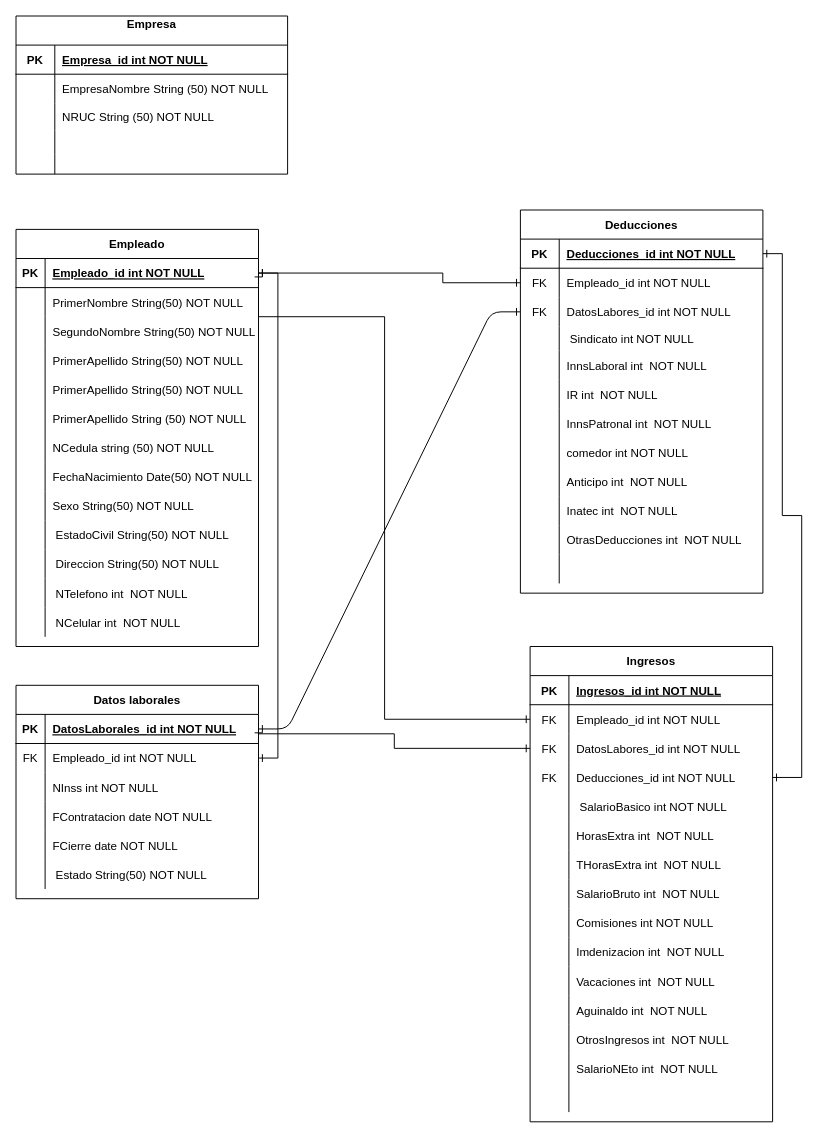
Above: Diagrama sin título.drawio in Marlon-urtecho/BDEtityFramework (draw.io), before the change. Source tidied: cells renumbered, new cells numbered last; positions are measured from the earlier drawing's top-left corner, leaving out a move shared by most shapes. Both pictures are drawn from the tidied source at 97%, with x=0, y=0 at pixel (16, 16).
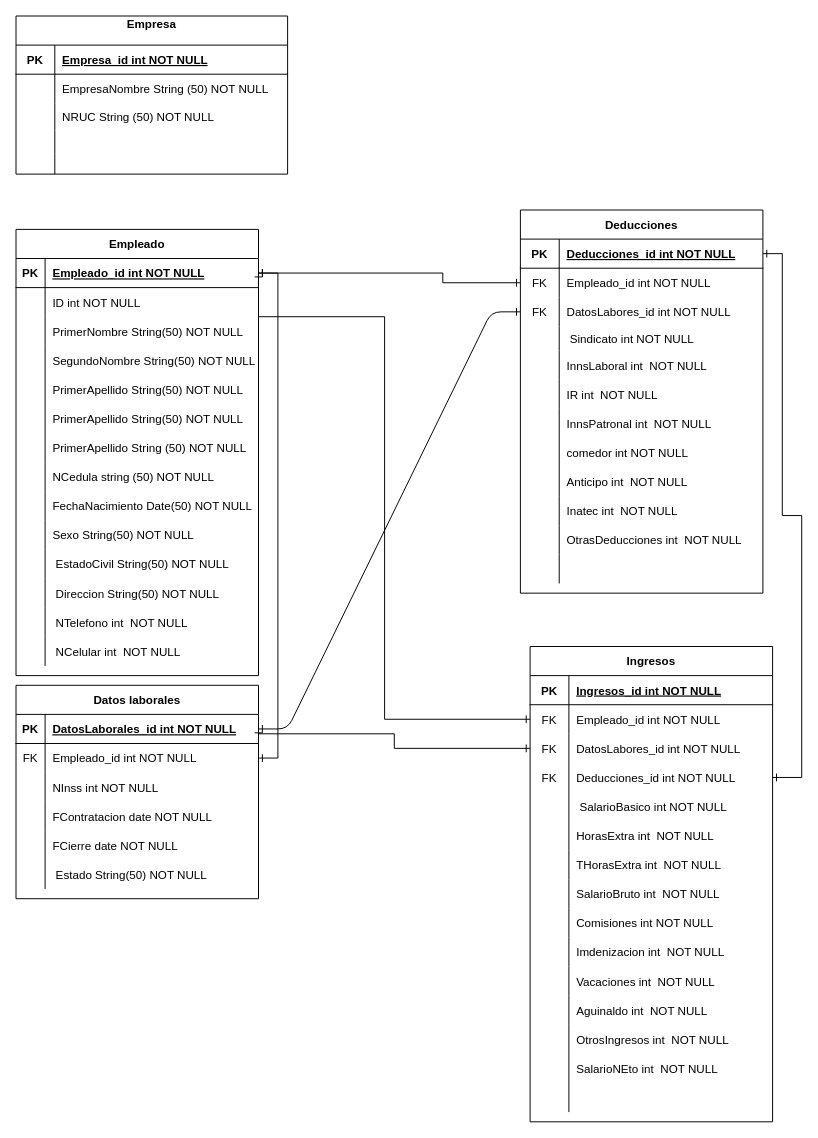
The same page after the edit.

The change refers to these unchanged cells:
```xml
<mxCell id="7" style="shape=partialRectangle;fillColor=none;top=0;left=0;right=0;bottom=0;" parent="3" vertex="1">
  <mxGeometry y="60" width="250" height="30" as="geometry" />
</mxCell>
```

What changed in the source:
```diff
@@
     <mxCell id="3" value="Empleado" style="shape=table;startSize=30;childLayout=tableLayout;rowLines=0;fontStyle=1;align=center;" parent="1" vertex="1">
-      <mxGeometry y="220" width="250" height="430" as="geometry" />
+      <mxGeometry y="220" width="250" height="460" as="geometry" />
     </mxCell>
@@
-    <mxCell id="9" value="PrimerNombre String(50) NOT NULL" style="shape=partialRectangle;overflow=hidden;fillColor=none;top=0;left=0;bottom=0;right=0;align=left;spacingLeft=6;" parent="7" vertex="1">
+    <mxCell id="9" value="ID int NOT NULL" style="shape=partialRectangle;overflow=hidden;fillColor=none;top=0;left=0;bottom=0;right=0;align=left;spacingLeft=6;" parent="7" vertex="1">
       <mxGeometry x="30" width="220" height="30" as="geometry" />
     </mxCell>
+    <mxCell id="166" style="shape=partialRectangle;fillColor=none;top=0;left=0;right=0;bottom=0;" parent="3" vertex="1">
+      <mxGeometry y="90" width="250" height="30" as="geometry" />
+    </mxCell>
+    <mxCell id="167" style="shape=partialRectangle;overflow=hidden;fillColor=none;top=0;left=0;bottom=0;right=0;" parent="166" vertex="1">
+      <mxGeometry width="30" height="30" as="geometry" />
+    </mxCell>
+    <mxCell id="168" value="PrimerNombre String(50) NOT NULL" style="shape=partialRectangle;overflow=hidden;fillColor=none;top=0;left=0;bottom=0;right=0;align=left;spacingLeft=6;" parent="166" vertex="1">
+      <mxGeometry x="30" width="220" height="30" as="geometry" />
+    </mxCell>
     <mxCell id="10" style="shape=partialRectangle;fillColor=none;top=0;left=0;right=0;bottom=0;" parent="3" vertex="1">
-      <mxGeometry y="90" width="250" height="30" as="geometry" />
+      <mxGeometry y="120" width="250" height="30" as="geometry" />
     </mxCell>
@@
     <mxCell id="13" style="shape=partialRectangle;fillColor=none;top=0;left=0;right=0;bottom=0;" parent="3" vertex="1">
-      <mxGeometry y="120" width="250" height="30" as="geometry" />
+      <mxGeometry y="150" width="250" height="30" as="geometry" />
     </mxCell>
@@
     <mxCell id="16" style="shape=partialRectangle;fillColor=none;top=0;left=0;right=0;bottom=0;" parent="3" vertex="1">
-      <mxGeometry y="150" width="250" height="30" as="geometry" />
+      <mxGeometry y="180" width="250" height="30" as="geometry" />
     </mxCell>
@@
     <mxCell id="19" style="shape=partialRectangle;fillColor=none;top=0;left=0;right=0;bottom=0;" parent="3" vertex="1">
-      <mxGeometry y="180" width="250" height="30" as="geometry" />
+      <mxGeometry y="210" width="250" height="30" as="geometry" />
     </mxCell>
@@
     <mxCell id="22" style="shape=partialRectangle;fillColor=none;top=0;left=0;right=0;bottom=0;" parent="3" vertex="1">
-      <mxGeometry y="210" width="250" height="30" as="geometry" />
+      <mxGeometry y="240" width="250" height="30" as="geometry" />
     </mxCell>
@@
     <mxCell id="25" style="shape=partialRectangle;fillColor=none;top=0;left=0;right=0;bottom=0;" parent="3" vertex="1">
-      <mxGeometry y="240" width="250" height="30" as="geometry" />
+      <mxGeometry y="270" width="250" height="30" as="geometry" />
     </mxCell>
@@
     <mxCell id="28" style="shape=partialRectangle;fillColor=none;top=0;left=0;right=0;bottom=0;" parent="3" vertex="1">
-      <mxGeometry y="270" width="250" height="30" as="geometry" />
+      <mxGeometry y="300" width="250" height="30" as="geometry" />
     </mxCell>
@@
     <mxCell id="31" style="shape=partialRectangle;fillColor=none;top=0;left=0;right=0;bottom=0;" parent="3" vertex="1">
-      <mxGeometry y="300" width="250" height="30" as="geometry" />
+      <mxGeometry y="330" width="250" height="30" as="geometry" />
     </mxCell>
@@
     <mxCell id="34" style="shape=partialRectangle;fillColor=none;top=0;left=0;right=0;bottom=0;" parent="3" vertex="1">
-      <mxGeometry y="330" width="250" height="30" as="geometry" />
+      <mxGeometry y="360" width="250" height="30" as="geometry" />
     </mxCell>
@@
     <mxCell id="37" style="shape=partialRectangle;fillColor=none;top=0;left=0;right=0;bottom=0;" parent="3" vertex="1">
-      <mxGeometry y="360" width="250" height="30" as="geometry" />
+      <mxGeometry y="390" width="250" height="30" as="geometry" />
     </mxCell>
@@
     <mxCell id="40" style="shape=partialRectangle;fillColor=none;top=0;left=0;right=0;bottom=0;" parent="3" vertex="1">
-      <mxGeometry y="390" width="250" height="30" as="geometry" />
+      <mxGeometry y="420" width="250" height="30" as="geometry" />
     </mxCell>
```
